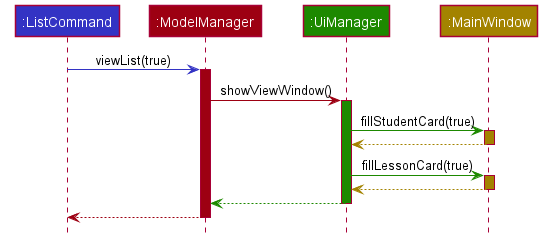
This is docs/images/CardUiSequence.png from nus-cs2103-AY2122S1/tp, a PlantUML export, as it was before one commit. Source of this version:
```plantuml
@startuml
!include style.puml

Participant ":ListCommand" as user LOGIC_COLOR
Participant ":ModelManager" as mm MODEL_COLOR
Participant ":UiManager" as ui UI_COLOR
Participant ":MainWindow" as main STORAGE_COLOR

user -[LOGIC_COLOR]> mm : viewList(true)
activate mm MODEL_COLOR

mm -[MODEL_COLOR]> ui : showViewWindow()
activate ui UI_COLOR

ui -[UI_COLOR]> main : fillStudentCard(true)
activate main STORAGE_COLOR

main -[STORAGE_COLOR]-> ui
deactivate main

ui -[UI_COLOR]> main : fillLessonCard(true)
activate main STORAGE_COLOR

main -[STORAGE_COLOR]-> ui
deactivate main

ui --[UI_COLOR]> mm
deactivate ui

mm--[MODEL_COLOR]> user
deactivate mm
@enduml
```
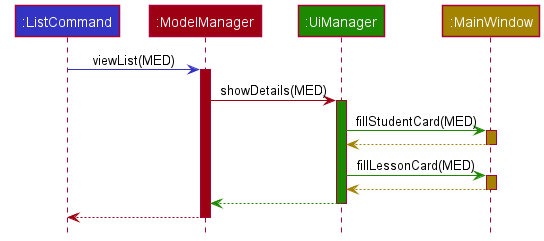
Later version of the same file.

Commit message:
Update implementation and documentation of Card-Like UI elems

The edit, as a diff of the source:
```diff
@@ -6,19 +6,19 @@
 Participant ":UiManager" as ui UI_COLOR
 Participant ":MainWindow" as main STORAGE_COLOR
 
-user -[LOGIC_COLOR]> mm : viewList(true)
+user -[LOGIC_COLOR]> mm : viewList(MED)
 activate mm MODEL_COLOR
 
-mm -[MODEL_COLOR]> ui : showViewWindow()
+mm -[MODEL_COLOR]> ui : showDetails(MED)
 activate ui UI_COLOR
 
-ui -[UI_COLOR]> main : fillStudentCard(true)
+ui -[UI_COLOR]> main : fillStudentCard(MED)
 activate main STORAGE_COLOR
 
 main -[STORAGE_COLOR]-> ui
 deactivate main
 
-ui -[UI_COLOR]> main : fillLessonCard(true)
+ui -[UI_COLOR]> main : fillLessonCard(MED)
 activate main STORAGE_COLOR
 
 main -[STORAGE_COLOR]-> ui
```
